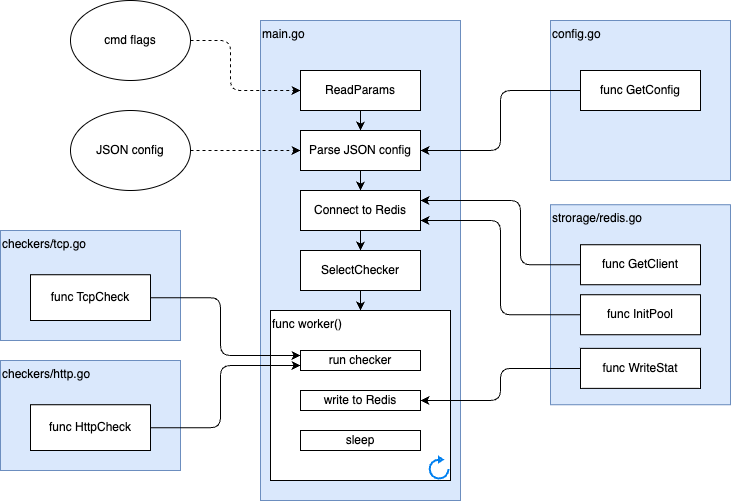
Before: docs/watcher/struct.drawio.png, a diagram exported from draw.io (kelpi-io/kelpi.io). Source tidied: cells renumbered, new cells last; positions are measured from the earlier drawing's top-left corner, leaving out a move shared by most shapes.
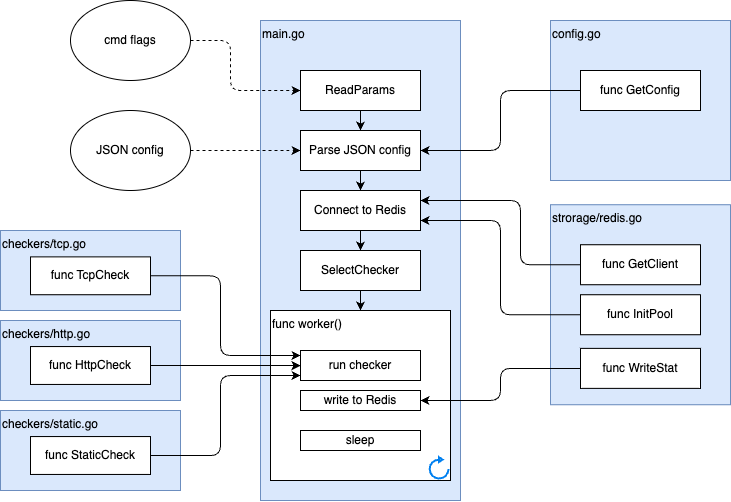
After the change.

Commit message:
Add static checker on diagramm

What changed in the source:
```diff
@@ -2,6 +2,9 @@
   <root>
     <mxCell id="0" />
     <mxCell id="1" parent="0" />
+    <mxCell id="36" value="checkers/static.go" style="rounded=0;whiteSpace=wrap;html=1;align=left;verticalAlign=top;fillColor=#dae8fc;strokeColor=#6c8ebf;" parent="1" vertex="1">
+      <mxGeometry y="410" width="180" height="80" as="geometry" />
+    </mxCell>
     <mxCell id="2" value="main.go" style="rounded=0;whiteSpace=wrap;html=1;align=left;verticalAlign=top;fillColor=#dae8fc;strokeColor=#6c8ebf;" parent="1" vertex="1">
       <mxGeometry x="260" y="20" width="200" height="480" as="geometry" />
     </mxCell>
@@ -53,7 +56,7 @@
       <mxGeometry x="429.1" y="456.8" width="18.9" height="21.2" as="geometry" />
     </mxCell>
     <mxCell id="17" value="run checker" style="rounded=0;whiteSpace=wrap;html=1;" parent="1" vertex="1">
-      <mxGeometry x="300" y="350" width="120" height="20" as="geometry" />
+      <mxGeometry x="300" y="350" width="120" height="30" as="geometry" />
     </mxCell>
     <mxCell id="18" value="write to Redis" style="rounded=0;whiteSpace=wrap;html=1;" parent="1" vertex="1">
       <mxGeometry x="300" y="390" width="120" height="20" as="geometry" />
@@ -88,32 +91,32 @@
       <mxGeometry x="580" y="347.9" width="120" height="40" as="geometry" />
     </mxCell>
     <mxCell id="27" value="checkers/tcp.go" style="rounded=0;whiteSpace=wrap;html=1;align=left;verticalAlign=top;fillColor=#dae8fc;strokeColor=#6c8ebf;" parent="1" vertex="1">
-      <mxGeometry y="230" width="180" height="110" as="geometry" />
+      <mxGeometry y="230" width="180" height="80" as="geometry" />
     </mxCell>
-    <mxCell id="28" style="edgeStyle=orthogonalEdgeStyle;html=1;entryX=0;entryY=0.25;entryDx=0;entryDy=0;" parent="1" edge="1" source="29" target="17">
+    <mxCell id="28" style="edgeStyle=orthogonalEdgeStyle;html=1;" parent="1" edge="1" source="29" target="17">
       <mxGeometry relative="1" as="geometry">
         <Array as="points">
-          <mxPoint x="220" y="297" />
+          <mxPoint x="220" y="275" />
           <mxPoint x="220" y="355" />
         </Array>
       </mxGeometry>
     </mxCell>
     <mxCell id="29" value="func TcpCheck" style="rounded=0;whiteSpace=wrap;html=1;" parent="1" vertex="1">
-      <mxGeometry x="30" y="274.2" width="120" height="45.8" as="geometry" />
+      <mxGeometry x="30" y="256.4" width="120" height="37.9" as="geometry" />
     </mxCell>
     <mxCell id="30" value="checkers/http.go" style="rounded=0;whiteSpace=wrap;html=1;align=left;verticalAlign=top;fillColor=#dae8fc;strokeColor=#6c8ebf;" parent="1" vertex="1">
-      <mxGeometry y="360" width="180" height="110" as="geometry" />
+      <mxGeometry y="320" width="180" height="80" as="geometry" />
     </mxCell>
-    <mxCell id="31" style="edgeStyle=orthogonalEdgeStyle;html=1;entryX=0;entryY=0.75;entryDx=0;entryDy=0;" parent="1" edge="1" source="32" target="17">
+    <mxCell id="31" style="edgeStyle=orthogonalEdgeStyle;html=1;" parent="1" edge="1" source="32" target="17">
       <mxGeometry relative="1" as="geometry">
         <Array as="points">
-          <mxPoint x="220" y="427" />
-          <mxPoint x="220" y="365" />
+          <mxPoint x="180" y="365" />
+          <mxPoint x="180" y="365" />
         </Array>
       </mxGeometry>
     </mxCell>
     <mxCell id="32" value="func HttpCheck" style="rounded=0;whiteSpace=wrap;html=1;" parent="1" vertex="1">
-      <mxGeometry x="30" y="404.2" width="120" height="45.8" as="geometry" />
+      <mxGeometry x="30" y="346.1" width="120" height="37.9" as="geometry" />
     </mxCell>
     <mxCell id="33" value="config.go" style="rounded=0;whiteSpace=wrap;html=1;align=left;verticalAlign=top;fillColor=#dae8fc;strokeColor=#6c8ebf;" parent="1" vertex="1">
       <mxGeometry x="550" y="20" width="180" height="160" as="geometry" />
@@ -124,5 +127,17 @@
     <mxCell id="35" value="func GetConfig" style="rounded=0;whiteSpace=wrap;html=1;" parent="1" vertex="1">
       <mxGeometry x="580" y="70" width="120" height="40" as="geometry" />
     </mxCell>
+    <mxCell id="37" style="edgeStyle=orthogonalEdgeStyle;html=1;" parent="1" edge="1" source="38">
+      <mxGeometry relative="1" as="geometry">
+        <mxPoint x="300" y="375" as="targetPoint" />
+        <Array as="points">
+          <mxPoint x="220" y="455" />
+          <mxPoint x="220" y="375" />
+        </Array>
+      </mxGeometry>
+    </mxCell>
+    <mxCell id="38" value="func StaticCheck" style="rounded=0;whiteSpace=wrap;html=1;" parent="1" vertex="1">
+      <mxGeometry x="30" y="436.1" width="120" height="37.9" as="geometry" />
+    </mxCell>
   </root>
 </mxGraphModel>
```
